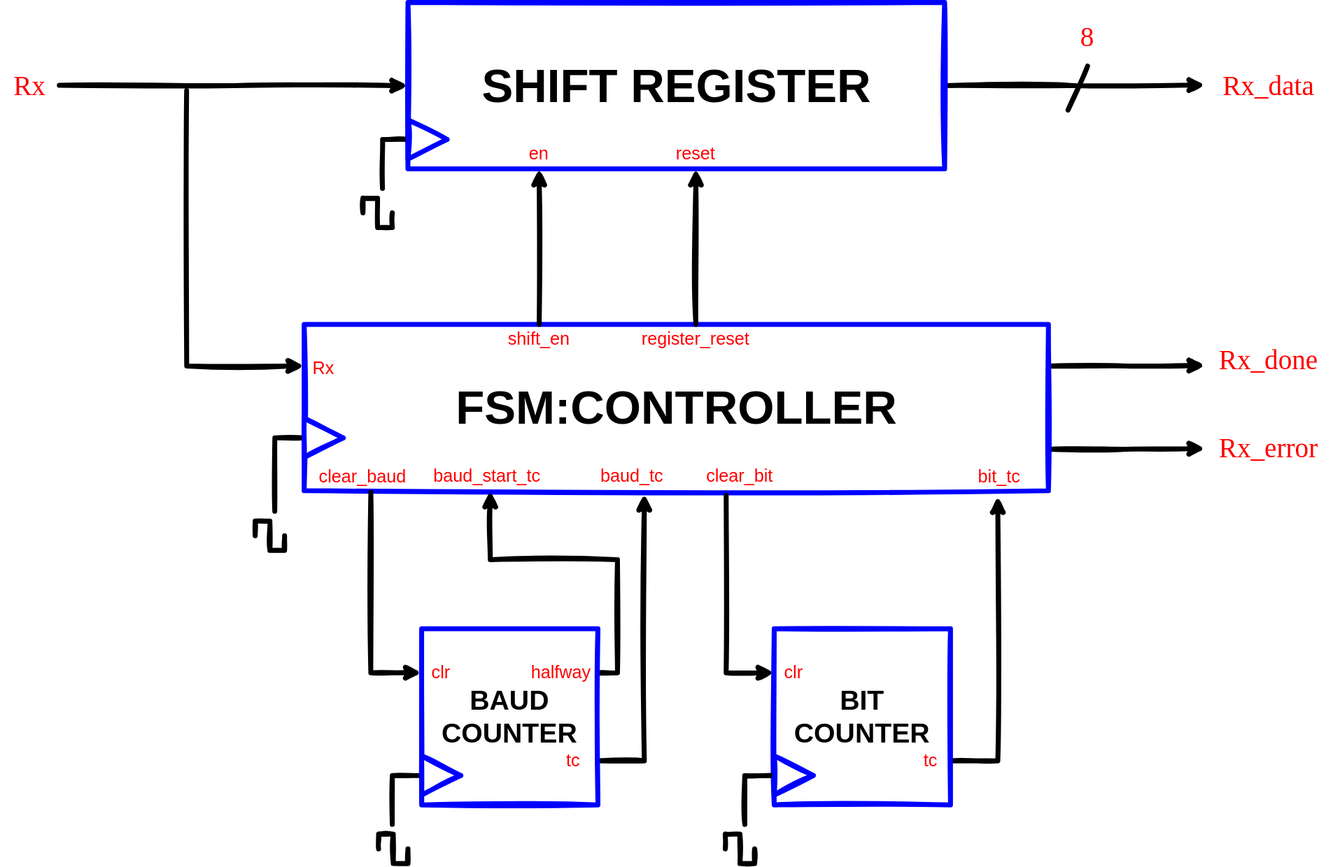
Above: diagrams/Receiver/Receiver RTL Design.drawio.svg in mubbie/es31-wordle (draw.io), before the change. Source tidied: cells renumbered, new cells last; positions are measured from the earlier drawing's top-left corner, leaving out a move shared by most shapes.
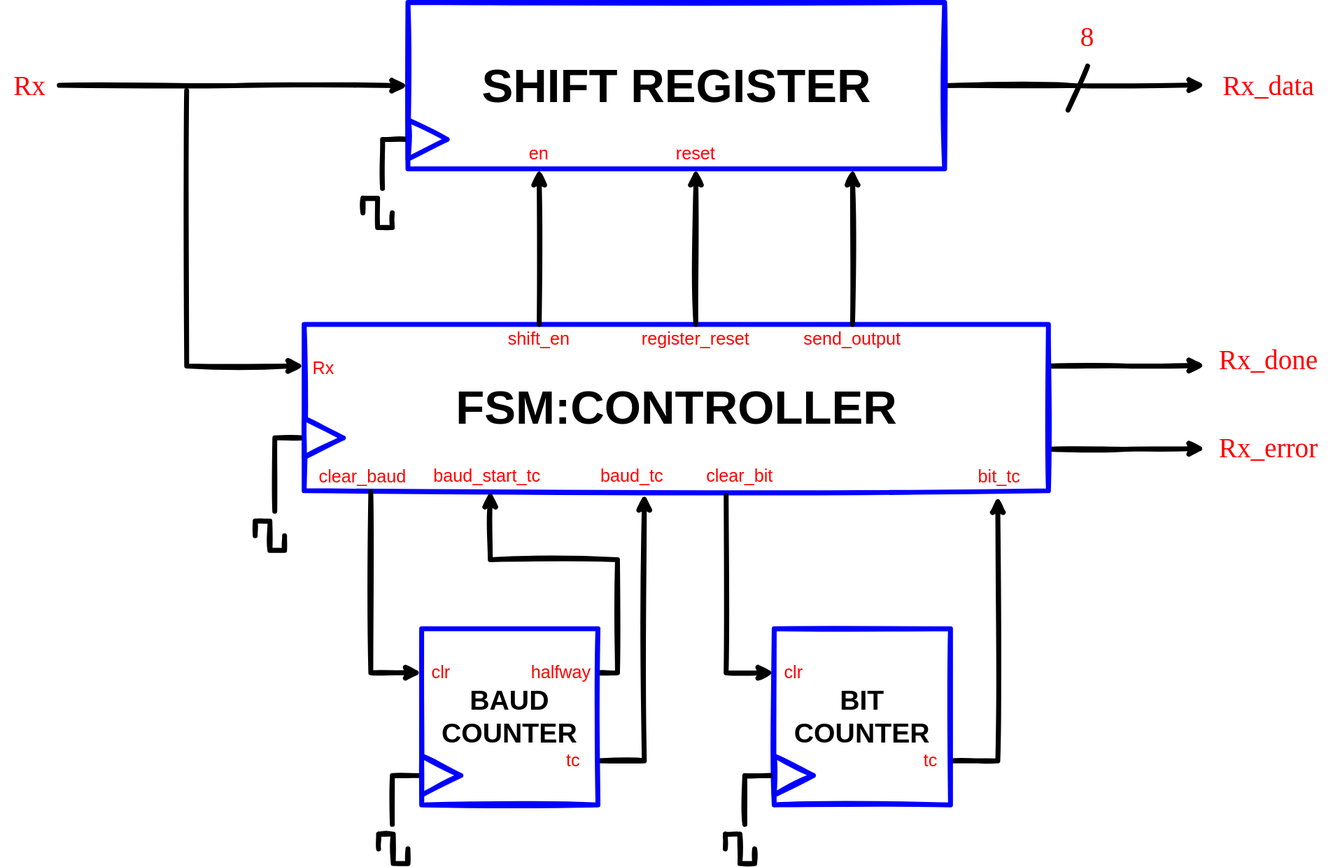
The same file after the commit.

Change to the diagram source:
```diff
@@ -191,5 +191,14 @@
     <mxCell id="54" value="&lt;font style=&quot;font-size: 18px;&quot;&gt;register_reset&lt;/font&gt;" style="text;html=1;strokeColor=none;fillColor=none;align=center;verticalAlign=middle;whiteSpace=wrap;rounded=0;sketch=1;fontSize=16;fontColor=#FF0000;" parent="1" vertex="1">
       <mxGeometry x="640" y="329" width="140" height="30" as="geometry" />
     </mxCell>
+    <mxCell id="55" style="edgeStyle=orthogonalEdgeStyle;rounded=0;orthogonalLoop=1;jettySize=auto;html=1;exitX=0.5;exitY=0;exitDx=0;exitDy=0;entryX=0.5;entryY=1;entryDx=0;entryDy=0;strokeWidth=5;sketch=1;" parent="1" edge="1">
+      <mxGeometry relative="1" as="geometry">
+        <mxPoint x="870" y="329" as="sourcePoint" />
+        <mxPoint x="870" y="170" as="targetPoint" />
+      </mxGeometry>
+    </mxCell>
+    <mxCell id="56" value="&lt;span style=&quot;font-size: 18px;&quot;&gt;send_output&lt;/span&gt;" style="text;html=1;strokeColor=none;fillColor=none;align=center;verticalAlign=middle;whiteSpace=wrap;rounded=0;sketch=1;fontSize=16;fontColor=#FF0000;" parent="1" vertex="1">
+      <mxGeometry x="800" y="329" width="140" height="30" as="geometry" />
+    </mxCell>
   </root>
 </mxGraphModel>
```
